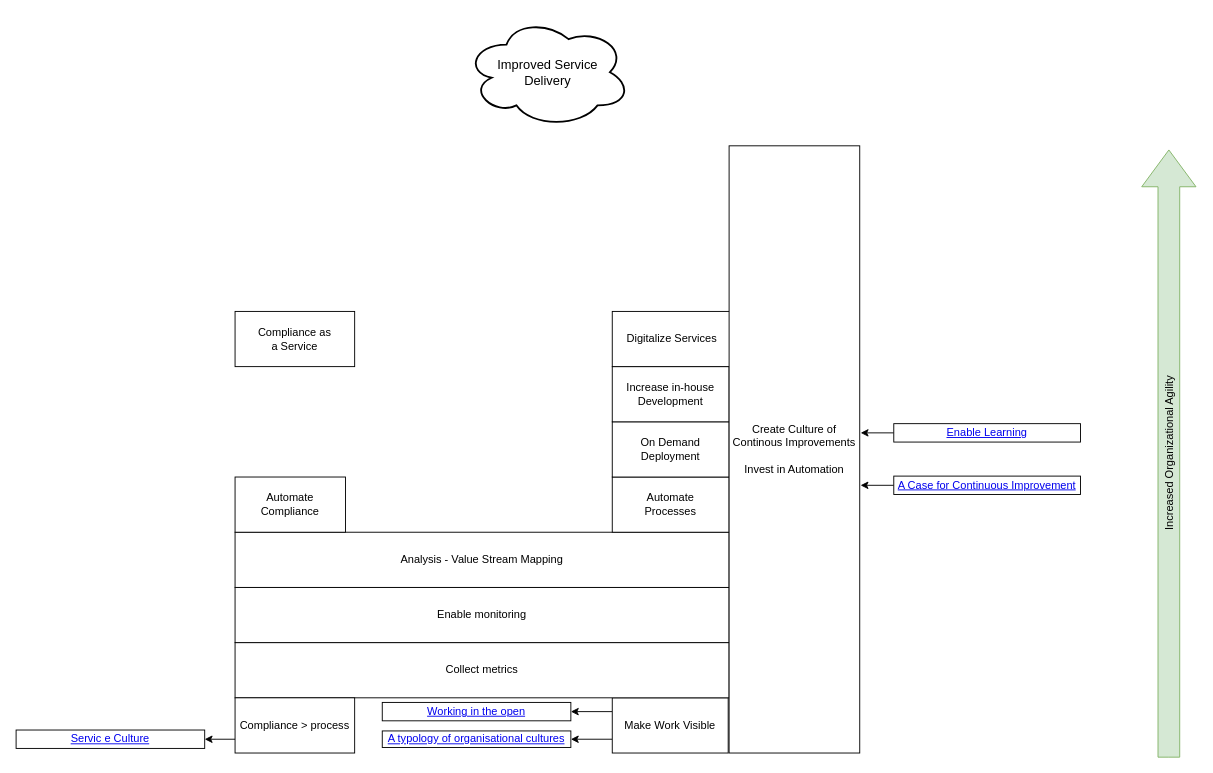
Earlier version of the draw.io diagram drawio/en/StrategySummary.drawio (s-laugh/ITStrategy). Source tidied: cells renumbered, new cells numbered last; positions are measured from the earlier drawing's top-left corner, leaving out a move shared by most shapes. Both pictures are drawn from the tidied source at 92%, with x=0, y=0 at pixel (16, 17).
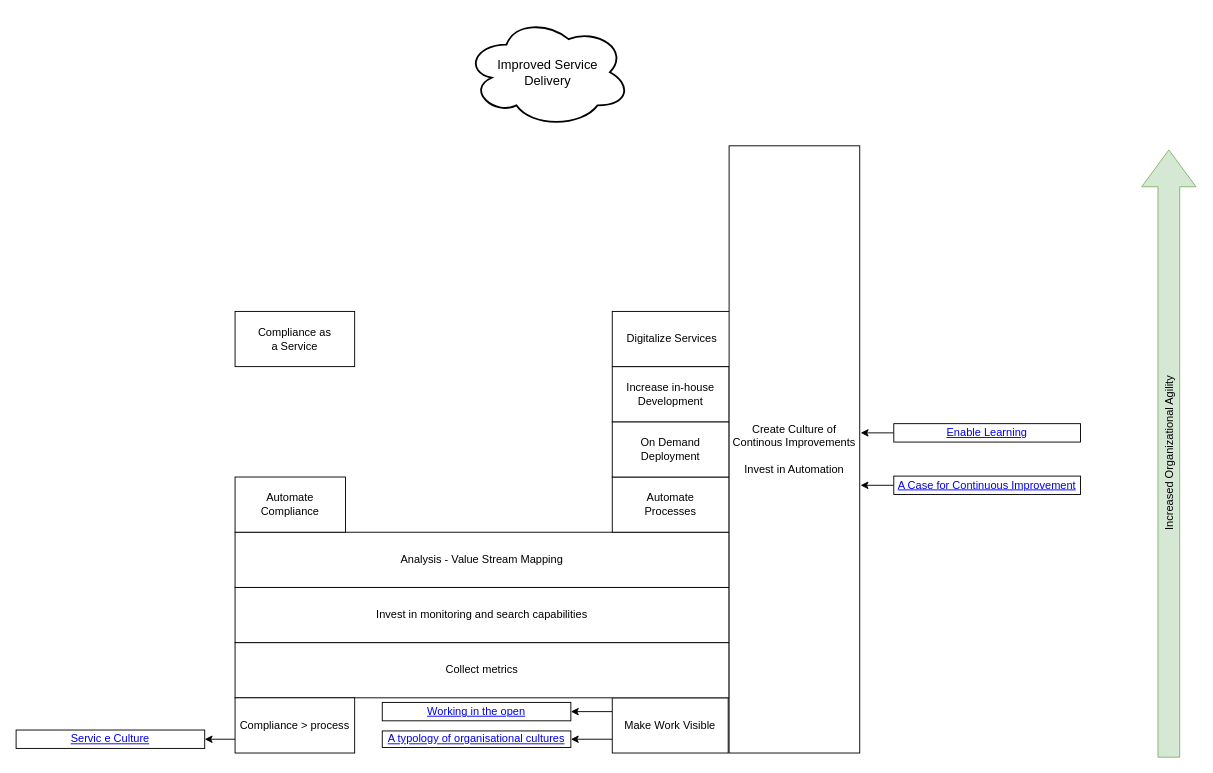
After the change.

Commit message:
updating to recommend investments into search as well as monitoring

Diff of the diagram source:
```diff
@@
-    <mxCell id="7" value="Enable monitoring" style="rounded=0;whiteSpace=wrap;html=1;" parent="1" vertex="1">
+    <mxCell id="7" value="Invest in monitoring and search capabilities" style="rounded=0;whiteSpace=wrap;html=1;" parent="1" vertex="1">
       <mxGeometry x="238" y="620" width="537" height="60" as="geometry" />
     </mxCell>
```
